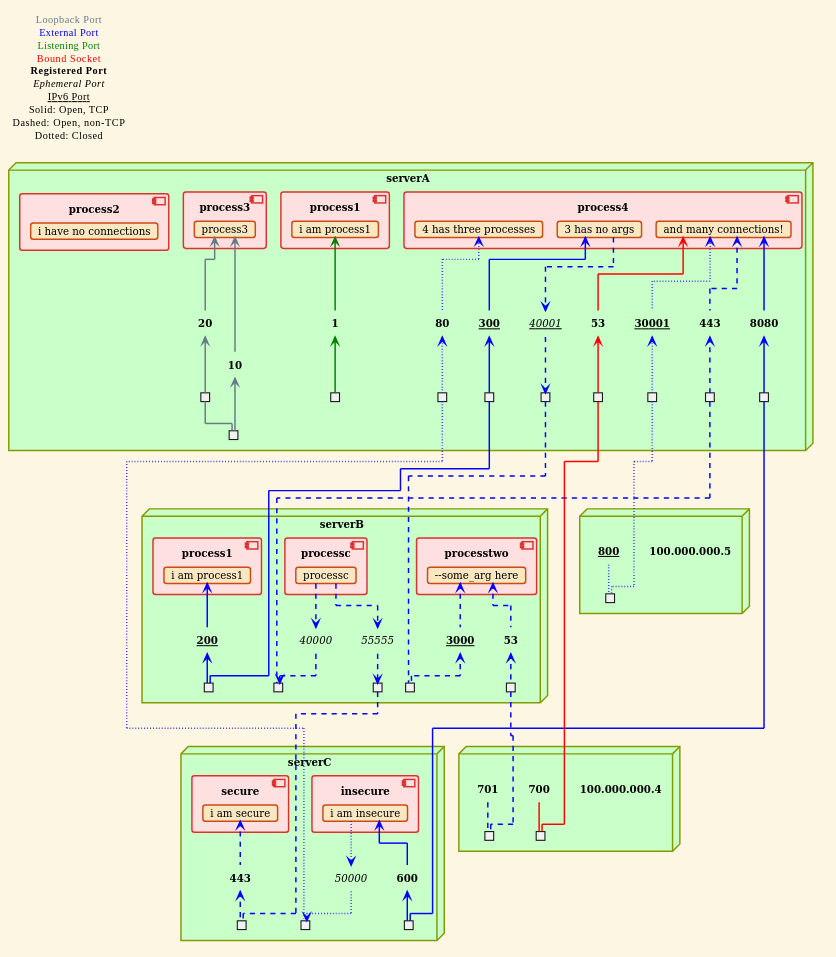
Above: demo/output.svg in AlexJ314/Port_Mapper (PlantUML), before the change. Its source is kept beside it as demo/output.puml.
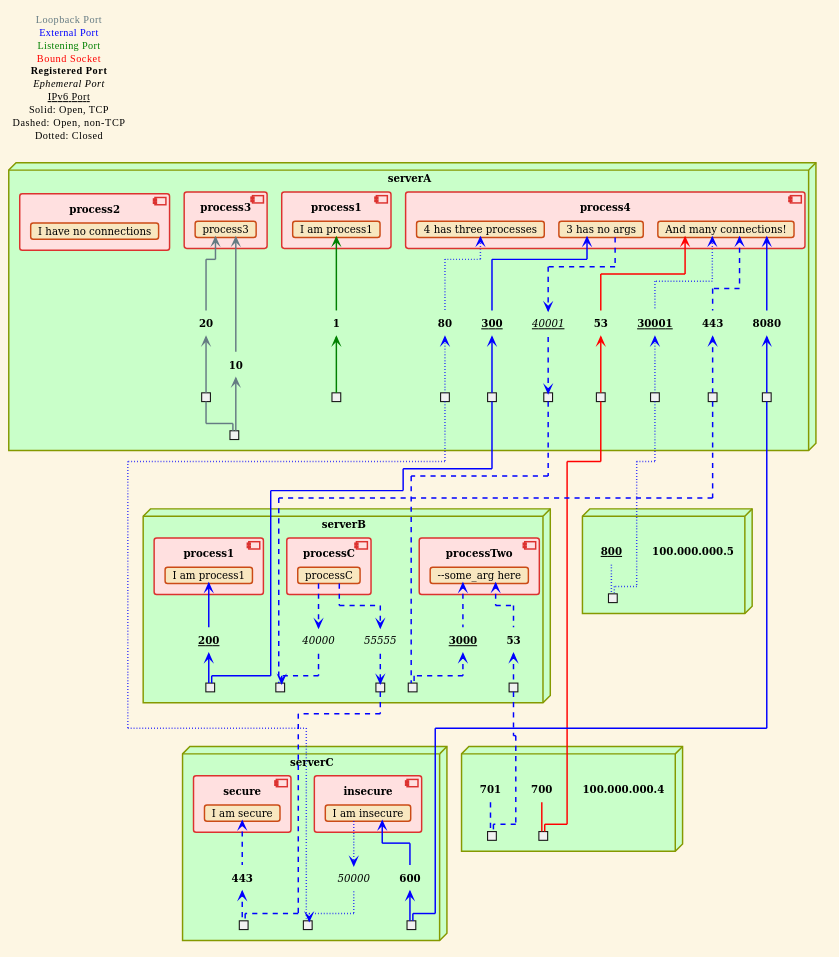
After the change.

What changed in the source:
```diff
@@ -48,14 +48,14 @@
   label "<u><b>30001</b></u>" as l_p_serverA_30001_tcp6
   port " " as p_serverA_30001_tcp6
   component "process1" as c_serverA_process1 {
-    card cd_serverA_process1_iU0020amU0020process1 [
-      i<U+0020>am<U+0020>process1
+    card cd_serverA_process1_IU0020amU0020process1 [
+      I<U+0020>am<U+0020>process1
     ]
 
   }
   component "process2" as c_serverA_process2 {
-    card cd_serverA_process2_iU0020haveU0020noU0020connections [
-      i<U+0020>have<U+0020>no<U+0020>connections
+    card cd_serverA_process2_IU0020haveU0020noU0020connections [
+      I<U+0020>have<U+0020>no<U+0020>connections
     ]
 
   }
@@ -74,8 +74,8 @@
       4<U+0020>has<U+0020>three<U+0020>processes
     ]
 
-    card cd_serverA_process4_andU0020manyU0020connectionsU0021 [
-      and<U+0020>many<U+0020>connections<U+0021>
+    card cd_serverA_process4_AndU0020manyU0020connectionsU0021 [
+      And<U+0020>many<U+0020>connections<U+0021>
     ]
 
   }
@@ -92,20 +92,20 @@
   label "<i>55555</i>" as l_p_serverB_55555_udp
   port " " as p_serverB_55555_udp
   component "process1" as c_serverB_process1 {
-    card cd_serverB_process1_iU0020amU0020process1 [
-      i<U+0020>am<U+0020>process1
+    card cd_serverB_process1_IU0020amU0020process1 [
+      I<U+0020>am<U+0020>process1
     ]
 
   }
-  component "processtwo" as c_serverB_processtwo {
-    card cd_serverB_processtwo_U002DU002DsomeU005FargU0020here [
+  component "processTwo" as c_serverB_processTwo {
+    card cd_serverB_processTwo_U002DU002DsomeU005FargU0020here [
       <U+002D><U+002D>some<U+005F>arg<U+0020>here
     ]
 
   }
-  component "processc" as c_serverB_processc {
-    card cd_serverB_processc_ [
-      processc
+  component "processC" as c_serverB_processC {
+    card cd_serverB_processC_ [
+      processC
     ]
 
   }
@@ -118,14 +118,14 @@
   label "<b>443</b>" as l_p_serverC_443_udp
   port " " as p_serverC_443_udp
   component "insecure" as c_serverC_insecure {
-    card cd_serverC_insecure_iU0020amU0020insecure [
-      i<U+0020>am<U+0020>insecure
+    card cd_serverC_insecure_IU0020amU0020insecure [
+      I<U+0020>am<U+0020>insecure
     ]
 
   }
   component "secure" as c_serverC_secure {
-    card cd_serverC_secure_iU0020amU0020secure [
-      i<U+0020>am<U+0020>secure
+    card cd_serverC_secure_IU0020amU0020secure [
+      I<U+0020>am<U+0020>secure
     ]
 
   }
@@ -165,32 +165,32 @@
 l_p_100U002E000U002E000U002E4_700_tcp -[#blue,#red]- p_100U002E000U002E000U002E4_700_tcp
 l_p_100U002E000U002E000U002E4_701_udp -[dashed,#blue]- p_100U002E000U002E000U002E4_701_udp
 l_p_100U002E000U002E000U002E5_800_tcp6 -[dotted,norank,#blue]- p_100U002E000U002E000U002E5_800_tcp6
+cd_serverC_insecure_IU0020amU0020insecure -[dotted,norank,#blue]-> l_p_serverC_50000_udp
+p_serverA_30001_tcp6 -[norank,dotted,norank,#blue]- p_100U002E000U002E000U002E5_800_tcp6
+cd_serverA_process4_3U0020hasU0020noU0020args <-[#blue]- l_p_serverA_300_tcp6
+p_serverA_300_tcp6 -[norank,#blue]- p_serverB_200_tcp6
+p_serverA_40001_udp6 -[norank,dashed,#blue]- p_serverB_3000_udp6
+p_serverA_53_tcp -[norank,#blue,#red]- p_100U002E000U002E000U002E4_700_tcp
+cd_serverA_process4_3U0020hasU0020noU0020args -[dashed,#blue]-> l_p_serverA_40001_udp6
+cd_serverB_processTwo_U002DU002DsomeU005FargU0020here <-[dashed,#blue]- l_p_serverB_3000_udp6
+cd_serverA_process3_ <-- l_p_serverA_20_tcp
+p_serverB_55555_udp -[norank,dashed,#blue]- p_serverC_443_udp
+cd_serverB_processC_ -[dashed,#blue]-> l_p_serverB_55555_udp
 p_serverA_20_tcp -[norank]- p_serverA_10_tcp
-cd_serverB_processc_ -[dashed,#blue]-> l_p_serverB_40000_udp
-cd_serverC_insecure_iU0020amU0020insecure <-[#blue]- l_p_serverC_600_tcp
+cd_serverB_process1_IU0020amU0020process1 <-[#blue]- l_p_serverB_200_tcp6
+cd_serverA_process4_AndU0020manyU0020connectionsU0021 <-[dashed,#blue]- l_p_serverA_443_udp
+cd_serverB_processC_ -[dashed,#blue]-> l_p_serverB_40000_udp
+cd_serverA_process4_AndU0020manyU0020connectionsU0021 <-[dotted,norank,#blue]- l_p_serverA_30001_tcp6
+cd_serverC_insecure_IU0020amU0020insecure <-[#blue]- l_p_serverC_600_tcp
+cd_serverA_process4_AndU0020manyU0020connectionsU0021 <-[#blue,#red]- l_p_serverA_53_tcp
 p_serverA_80_udp -[norank,dotted,norank,#blue]- p_serverC_50000_udp
+cd_serverC_secure_IU0020amU0020secure <-[dashed,#blue]- l_p_serverC_443_udp
+cd_serverA_process4_4U0020hasU0020threeU0020processes <-[dotted,norank,#blue]- l_p_serverA_80_udp
+cd_serverB_processTwo_U002DU002DsomeU005FargU0020here <-[dashed,#blue]- l_p_serverB_53_udp
 p_serverA_443_udp -[norank,dashed,#blue]- p_serverB_40000_udp
-cd_serverB_processtwo_U002DU002DsomeU005FargU0020here <-[dashed,#blue]- l_p_serverB_53_udp
-cd_serverA_process4_andU0020manyU0020connectionsU0021 <-[dashed,#blue]- l_p_serverA_443_udp
-cd_serverA_process4_3U0020hasU0020noU0020args <-[#blue]- l_p_serverA_300_tcp6
-cd_serverC_insecure_iU0020amU0020insecure -[dotted,norank,#blue]-> l_p_serverC_50000_udp
-cd_serverA_process4_andU0020manyU0020connectionsU0021 <-[#blue,#red]- l_p_serverA_53_tcp
-cd_serverA_process4_3U0020hasU0020noU0020args -[dashed,#blue]-> l_p_serverA_40001_udp6
-p_serverB_55555_udp -[norank,dashed,#blue]- p_serverC_443_udp
-cd_serverC_secure_iU0020amU0020secure <-[dashed,#blue]- l_p_serverC_443_udp
-p_serverA_30001_tcp6 -[norank,dotted,norank,#blue]- p_100U002E000U002E000U002E5_800_tcp6
-cd_serverA_process4_4U0020hasU0020threeU0020processes <-[dotted,norank,#blue]- l_p_serverA_80_udp
 p_serverA_8080_tcp -[norank,#blue]- p_serverC_600_tcp
-cd_serverB_processtwo_U002DU002DsomeU005FargU0020here <-[dashed,#blue]- l_p_serverB_3000_udp6
-cd_serverA_process3_ <-- l_p_serverA_20_tcp
+cd_serverA_process1_IU0020amU0020process1 <-[#green]- l_p_serverA_1_tcp
+cd_serverA_process3_ <-- l_p_serverA_10_tcp
 p_serverB_53_udp -[norank,dashed,#blue]- p_100U002E000U002E000U002E4_701_udp
-cd_serverA_process1_iU0020amU0020process1 <-[#green]- l_p_serverA_1_tcp
-p_serverA_300_tcp6 -[norank,#blue]- p_serverB_200_tcp6
-cd_serverB_process1_iU0020amU0020process1 <-[#blue]- l_p_serverB_200_tcp6
-cd_serverA_process3_ <-- l_p_serverA_10_tcp
-p_serverA_40001_udp6 -[norank,dashed,#blue]- p_serverB_3000_udp6
-cd_serverB_processc_ -[dashed,#blue]-> l_p_serverB_55555_udp
-p_serverA_53_tcp -[norank,#blue,#red]- p_100U002E000U002E000U002E4_700_tcp
-cd_serverA_process4_andU0020manyU0020connectionsU0021 <-[#blue]- l_p_serverA_8080_tcp
-cd_serverA_process4_andU0020manyU0020connectionsU0021 <-[dotted,norank,#blue]- l_p_serverA_30001_tcp6
+cd_serverA_process4_AndU0020manyU0020connectionsU0021 <-[#blue]- l_p_serverA_8080_tcp
 @enduml
```
